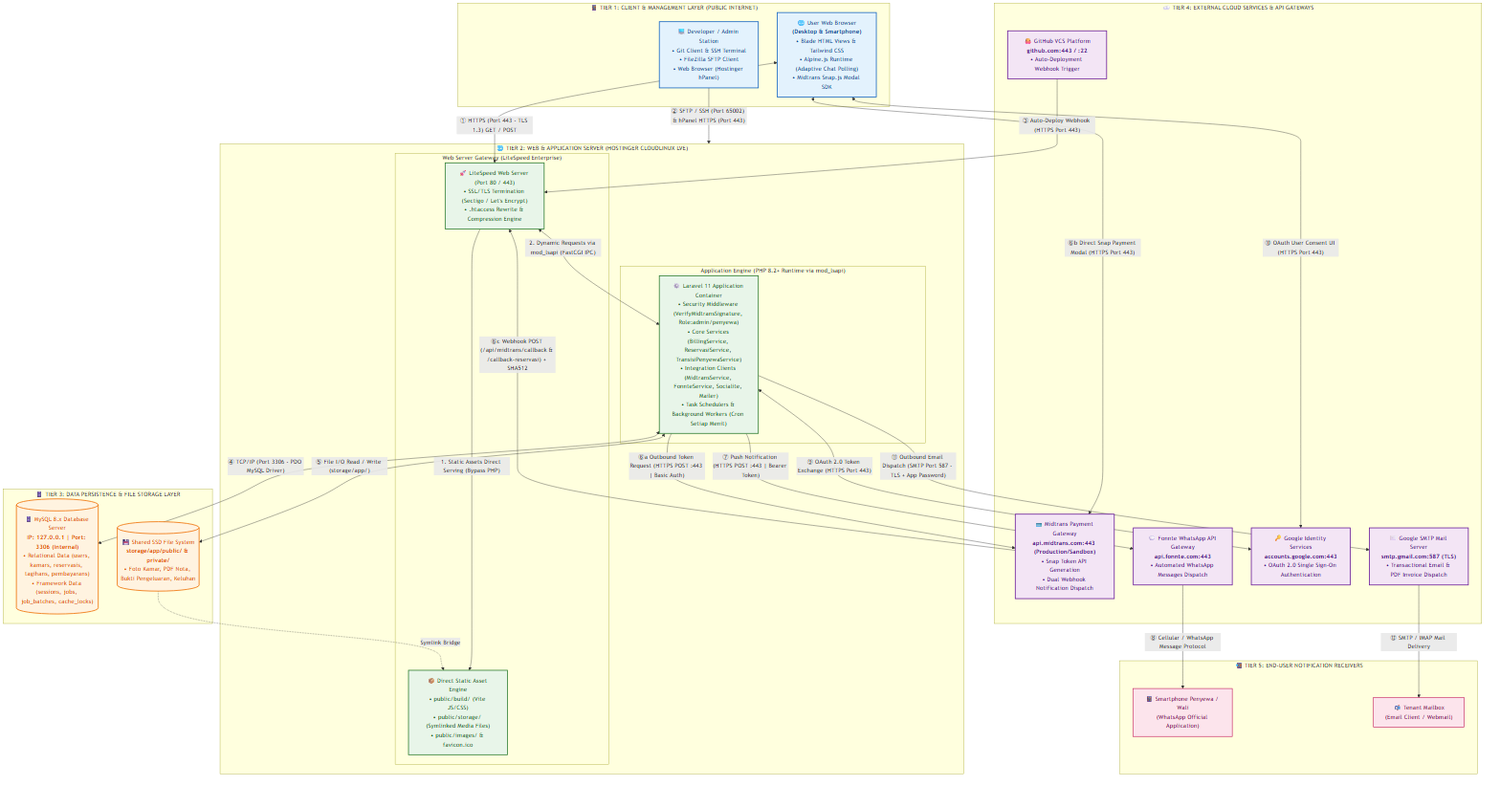
Before: Blueprint/deployment/deployment_communication_architecture.png, a diagram exported from Mermaid (rafifarsyapradiva/asri-boarding-house). Its source is kept beside it as Blueprint/deployment/deployment_communication_architecture.mmd.
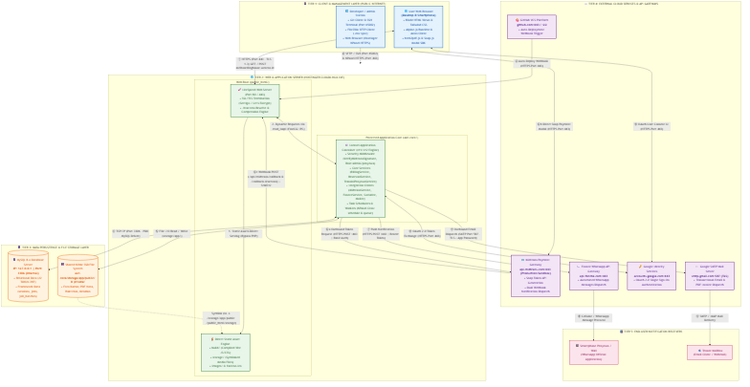
Above is the later version.

Change to the diagram source:
```diff
@@ -1,19 +1,19 @@
 flowchart TD
     subgraph Tier1["📱 TIER 1: CLIENT & MANAGEMENT LAYER (PUBLIC INTERNET)"]
         direction LR
-        Browser["🌐 User Web Browser<br/><b>(Desktop & Smartphone)</b><br/>• Blade HTML Views & Tailwind CSS<br/>• Alpine.js Runtime (Adaptive Chat Polling)<br/>• Midtrans Snap.js Modal SDK"]
-        DevAdmin["💻 Developer / Admin Station<br/>• Git Client & SSH Terminal<br/>• FileZilla SFTP Client<br/>• Web Browser (Hostinger hPanel)"]
+        Browser["🌐 User Web Browser<br/><b>(Desktop & Smartphone)</b><br/>• Blade HTML Views & Tailwind CSS<br/>• Alpine.js Runtime & Axios Client<br/>• html2pdf.js & Snap.js Modal SDK"]
+        DevAdmin["💻 Developer / Admin Station<br/>• Git Client & SSH Terminal (Port 65002)<br/>• FileZilla SFTP Client (.env sync)<br/>• Web Browser (Hostinger hPanel HTTPS)"]
     end
 
     subgraph Tier2["🌐 TIER 2: WEB & APPLICATION SERVER (HOSTINGER CLOUDLINUX LVE)"]
         direction TB
-        subgraph WebServerSub["Web Server Gateway (LiteSpeed Enterprise)"]
+        subgraph WebServerSub["Web Root (public_html/)"]
             LiteSpeed["🚀 LiteSpeed Web Server (Port 80 / 443)<br/>• SSL/TLS Termination (Sectigo / Let's Encrypt)<br/>• .htaccess Rewrite & Compression Engine"]
-            StaticCache["📦 Direct Static Asset Engine<br/>• public/build/ (Vite JS/CSS)<br/>• public/storage/ (Symlinked Media Files)<br/>• public/images/ & favicon.ico"]
+            StaticCache["📦 Direct Static Asset Engine<br/>• build/ (Compiled Vite JS/CSS)<br/>• storage/ (Symlinked Media Files)<br/>• images/ & favicon.ico"]
         end
 
-        subgraph AppRuntimeSub["Application Engine (PHP 8.2+ Runtime via mod_lsapi)"]
-            LaravelApp["⚙️ Laravel 11 Application Container<br/>• Security Middleware (VerifyMidtransSignature, Role:admin/penyewa)<br/>• Core Services (BillingService, ReservasiService, TransisiPenyewaService)<br/>• Integration Clients (MidtransService, FonnteService, Socialite, Mailer)<br/>• Task Schedulers & Background Workers (Cron Setiap Menit)"]
+        subgraph AppRuntimeSub["Protected Application Core (asri-core/)"]
+            LaravelApp["⚙️ Laravel Application Container (v11/v12 Engine)<br/>• Security Middleware (VerifyMidtransSignature, Role:admin/penyewa)<br/>• Core Services (BillingService, ReservasiService, TransisiPenyewaService)<br/>• Integration Clients (MidtransService, FonnteService, Socialite, Mailer)<br/>• Task Schedulers & Workers (hPanel Cron: schedule & queue)"]
         end
 
         LiteSpeed -->|"1. Static Assets Direct Serving (Bypass PHP)"| StaticCache
@@ -22,8 +22,8 @@
 
     subgraph Tier3["🗄️ TIER 3: DATA PERSISTENCE & FILE STORAGE LAYER"]
         direction LR
-        MySQLDB[("🗄️ MySQL 8.x Database Server<br/><b>IP: 127.0.0.1 | Port: 3306 (Internal)</b><br/>• Relational Data (users, kamars, reservasis, tagihans, pembayarans)<br/>• Framework Data (sessions, jobs, job_batches, cache_locks)")]
-        SSDDisk[("💾 Shared SSD File System<br/><b>storage/app/public/ & private/</b><br/>• Foto Kamar, PDF Nota, Bukti Pengeluaran, Keluhan")]
+        MySQLDB[("🗄️ MySQL 8.x Database Server<br/><b>IP: 127.0.0.1 | Port: 3306 (Internal)</b><br/>• Relational Data (22 Tables 3NF)<br/>• Framework Data (sessions, jobs, job_batches)")]
+        SSDDisk[("💾 Shared NVMe SSD File System<br/><b>asri-core/storage/app/public/ & private/</b><br/>• Foto Kamar, PDF Nota, Bukti Kas, Keluhan")]
     end
 
     subgraph Tier4["☁️ TIER 4: EXTERNAL CLOUD SERVICES & API GATEWAYS"]
@@ -41,13 +41,13 @@
         UserMail["📬 Tenant Mailbox<br/>(Email Client / Webmail)"]
     end
 
-    Browser <-->|"① HTTPS (Port 443 - TLS 1.3) GET / POST"| LiteSpeed
+    Browser <-->|"① HTTPS (Port 443 - TLS 1.3) GET / POST<br/>asriboardinghouse.weatso.id"| LiteSpeed
     DevAdmin -->|"② SFTP / SSH (Port 65002) & hPanel HTTPS (Port 443)"| Tier2
     GitHub -->|"③ Auto-Deploy Webhook (HTTPS Port 443)"| LiteSpeed
 
     LaravelApp <-->|"④ TCP/IP (Port 3306 - PDO MySQL Driver)"| MySQLDB
     LaravelApp <-->|"⑤ File I/O Read / Write (storage/app/)"| SSDDisk
-    SSDDisk -.->|"Symlink Bridge"| StaticCache
+    SSDDisk -.->|"Symlink (ln -s /storage/app/public /public_html/storage)"| StaticCache
 
     LaravelApp -->|"⑥a Outbound Token Request (HTTPS POST :443 | Basic Auth)"| Midtrans
     Browser <-->|"⑥b Direct Snap Payment Modal (HTTPS Port 443)"| Midtrans
```
